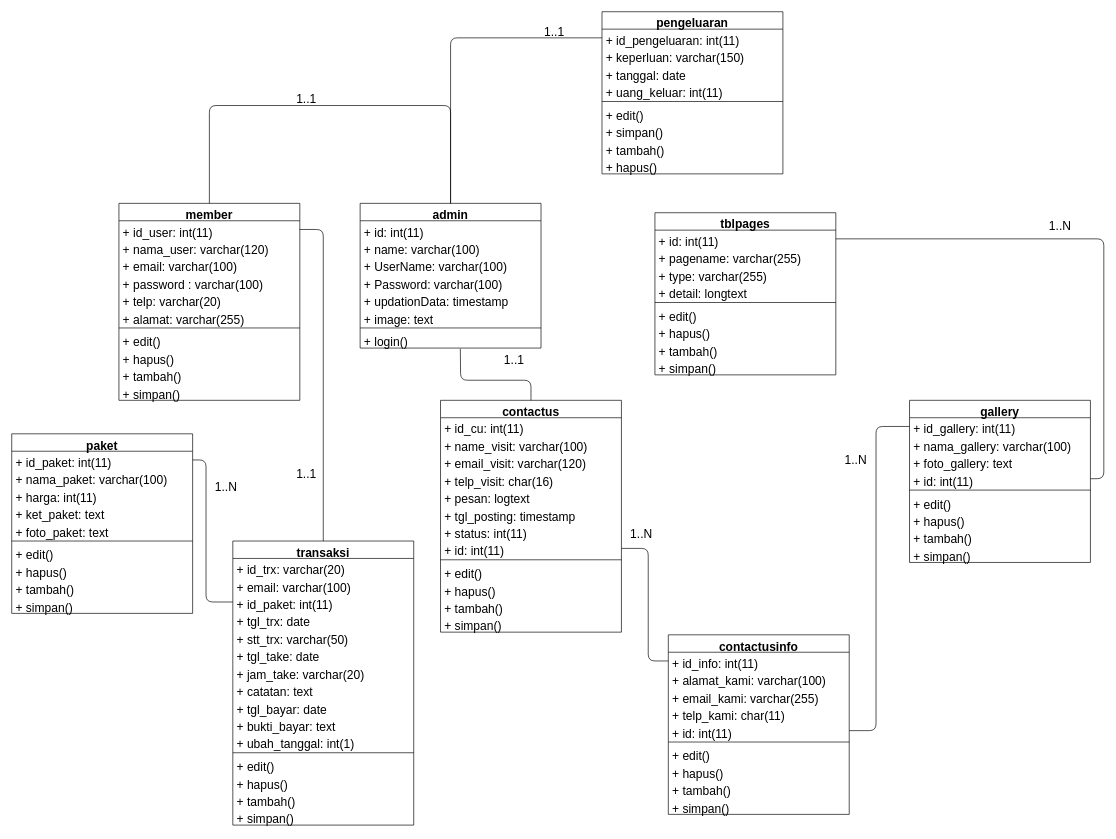
This is page "CLASS DIAGRAM" (2 of 20) of SKRIPSI TARMIZI MAULANA/ARSIP/FILE MASTER DESAIN/DIAGRAM SKIRPSI TARMIZI MAULANA.drawio from Khairul122/JK-WebPemesananJasaFotografer-ED, a draw.io file, before an edit. Source tidied: cells renumbered, new cells numbered last; positions are measured from the earlier drawing's top-left corner, leaving out a move shared by most shapes. Both pictures are drawn from the tidied source at 67%, with x=0, y=0 at pixel (11, 11).
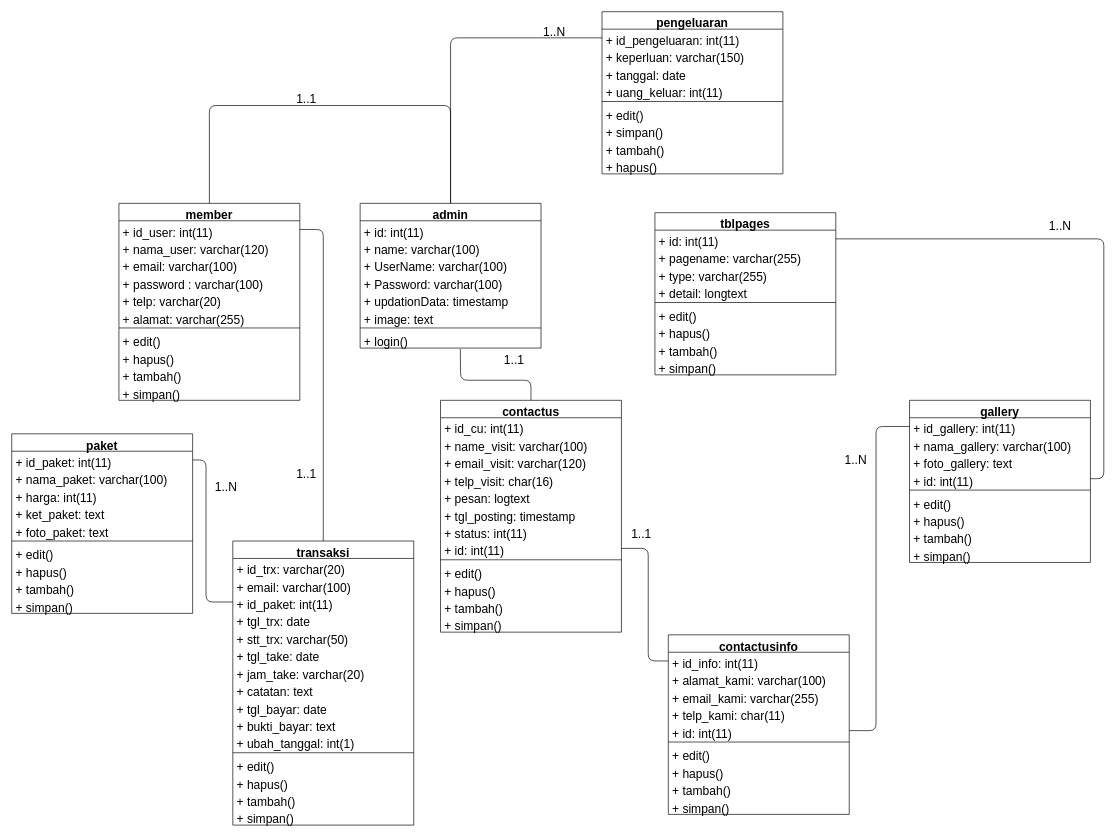
After the change.

Diff of the diagram source:
```diff
@@
-    <mxCell id="99" value="&lt;font style=&quot;font-size: 18px;&quot;&gt;1..N&lt;/font&gt;" style="text;html=1;strokeColor=none;fillColor=none;align=center;verticalAlign=middle;whiteSpace=wrap;rounded=0;fontSize=18;" parent="1" vertex="1">
+    <mxCell id="99" value="&lt;font style=&quot;font-size: 18px&quot;&gt;1..1&lt;/font&gt;" style="text;html=1;strokeColor=none;fillColor=none;align=center;verticalAlign=middle;whiteSpace=wrap;rounded=0;fontSize=18;" parent="1" vertex="1">
       <mxGeometry x="920" y="770" width="40" height="20" as="geometry" />
     </mxCell>
@@
-    <mxCell id="121" value="&lt;font style=&quot;font-size: 18px;&quot;&gt;1..1&lt;/font&gt;" style="text;html=1;strokeColor=none;fillColor=none;align=center;verticalAlign=middle;whiteSpace=wrap;rounded=0;fontSize=18;" parent="1" vertex="1">
+    <mxCell id="121" value="&lt;font style=&quot;font-size: 18px&quot;&gt;1..N&lt;/font&gt;" style="text;html=1;strokeColor=none;fillColor=none;align=center;verticalAlign=middle;whiteSpace=wrap;rounded=0;fontSize=18;" parent="1" vertex="1">
       <mxGeometry x="790" y="20" width="40" height="20" as="geometry" />
     </mxCell>
```
